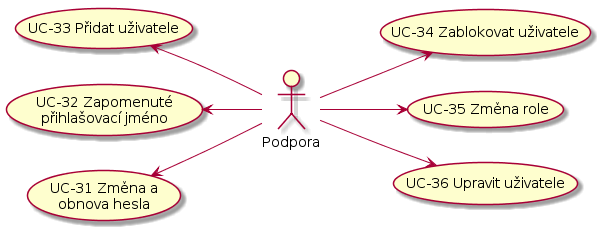
Earlier version of the PlantUML export docs/diagrams/out/ucs-support-users.png (Internet-Handel/postman).
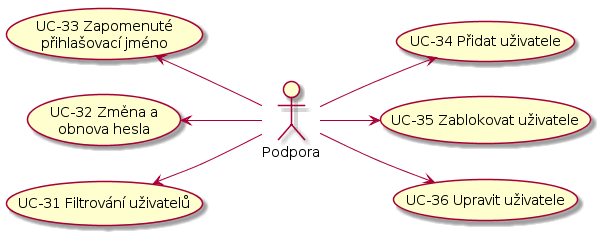
Above is the later version.

Change to the diagram source:
```diff
@@ -3,11 +3,11 @@
 
 actor :Podpora: as support
 
-(UC-31 Změna a\nobnova hesla) as (UC-31)
-(UC-32 Zapomenuté\npřihlašovací jméno) as (UC-32)
-(UC-33 Přidat uživatele) as (UC-33)
-(UC-34 Zablokovat uživatele) as (UC-34)
-(UC-35 Změna role) as (UC-35)
+(UC-31 Filtrování uživatelů) as (UC-31)
+(UC-32 Změna a\nobnova hesla) as (UC-32)
+(UC-33 Zapomenuté\npřihlašovací jméno) as (UC-33)
+(UC-34 Přidat uživatele) as (UC-34)
+(UC-35 Zablokovat uživatele) as (UC-35)
 (UC-36 Upravit uživatele) as (UC-36)
 
 support -up-> (UC-31)
```
